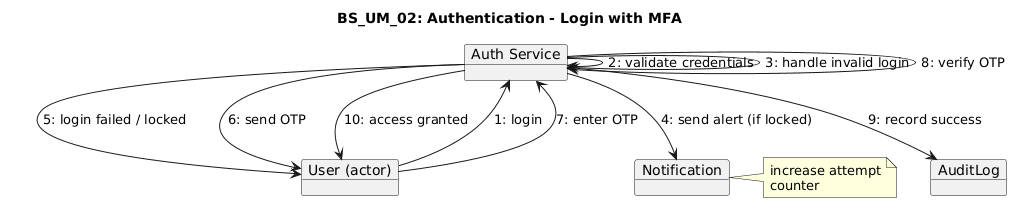
erindkotobelli12/BankManagementSystem keeps this PlantUML diagram as Diagrams/Collaboration Diagrams/BS_UM_02.png. Above is the earlier version. Source of this version:
```plantuml
@startuml
title BS_UM_02: Authentication - Login with MFA

object "User (actor)" as U
object "Auth Service" as UA
object "AuditLog" as AL
object "Notification" as NS

U --> UA : 1: login
UA --> UA : 2: validate credentials

UA --> UA : 3: handle invalid login
note right
increase attempt
counter
end note

UA --> NS : 4: send alert (if locked)
UA --> U : 5: login failed / locked

UA --> U : 6: send OTP
U --> UA : 7: enter OTP
UA --> UA : 8: verify OTP

UA --> AL : 9: record success
UA --> U : 10: access granted
@enduml
```
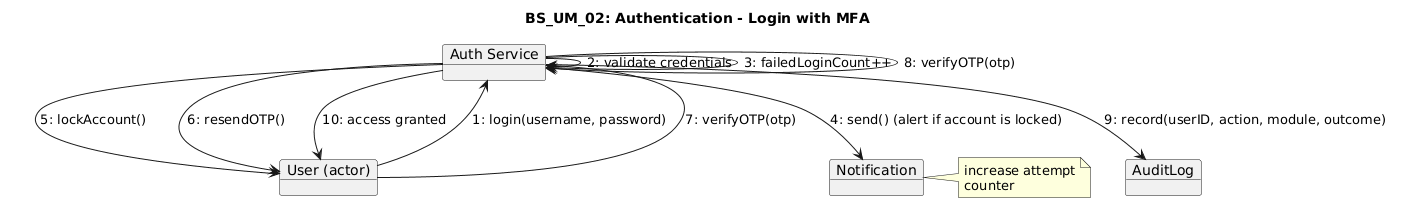
The same diagram one commit later.

The edit, as a diff of the source:
```diff
@@ -6,22 +6,22 @@
 object "AuditLog" as AL
 object "Notification" as NS
 
-U --> UA : 1: login
+U --> UA : 1: login(username, password)
 UA --> UA : 2: validate credentials
 
-UA --> UA : 3: handle invalid login
+UA --> UA : 3: failedLoginCount++
 note right
 increase attempt
 counter
 end note
 
-UA --> NS : 4: send alert (if locked)
-UA --> U : 5: login failed / locked
+UA --> NS : 4: send() (alert if account is locked)
+UA --> U : 5: lockAccount()
 
-UA --> U : 6: send OTP
-U --> UA : 7: enter OTP
-UA --> UA : 8: verify OTP
+UA --> U : 6: resendOTP()
+U --> UA : 7: verifyOTP(otp)
+UA --> UA : 8: verifyOTP(otp)
 
-UA --> AL : 9: record success
+UA --> AL : 9: record(userID, action, module, outcome)
 UA --> U : 10: access granted
 @enduml
```
